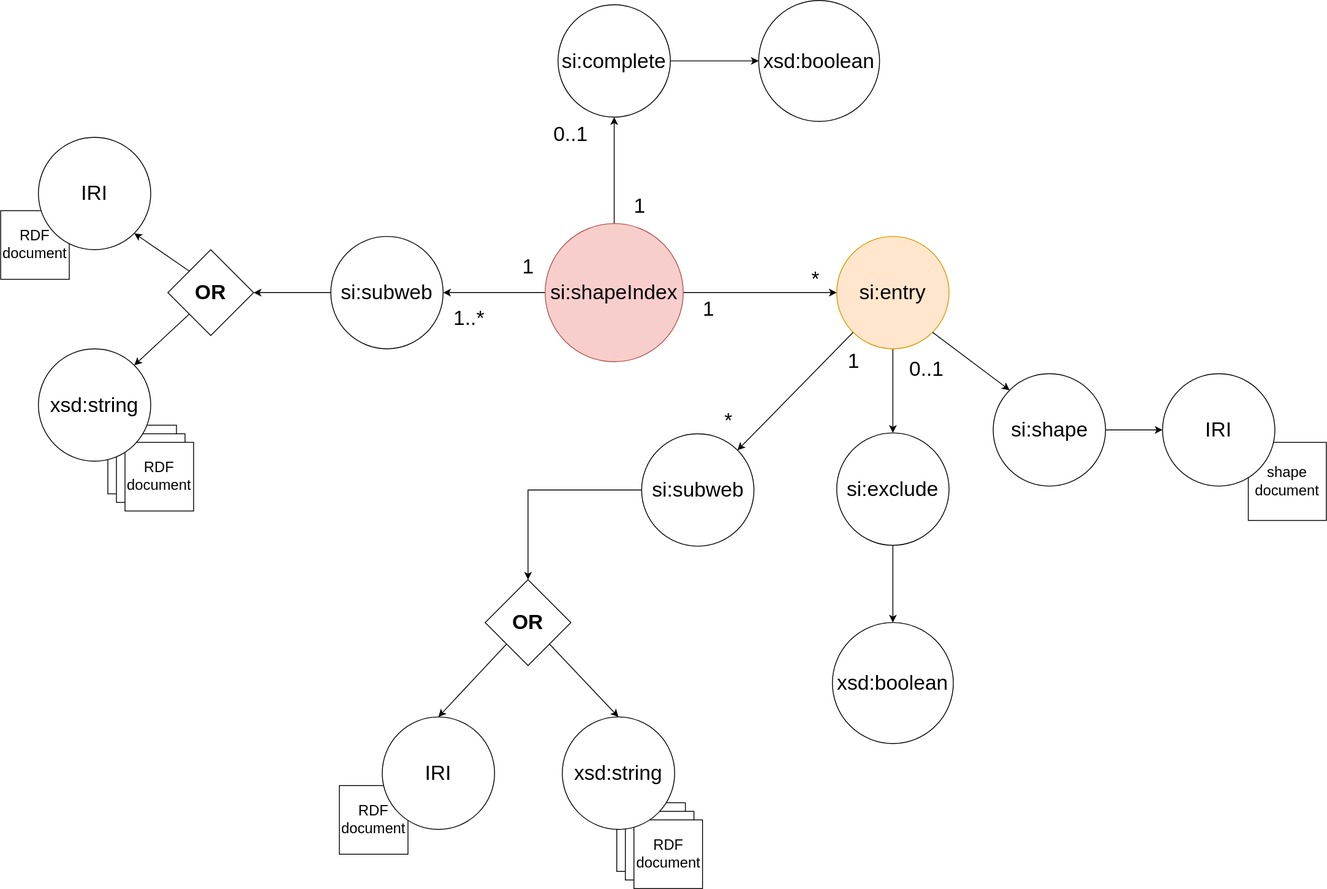
constraintAutomaton/shape-index-specification keeps this draw.io diagram as figure/schema.drawio.svg. Above is the earlier version. Source tidied: cells renumbered, new cells last; positions are measured from the earlier drawing's top-left corner, leaving out a move shared by most shapes.
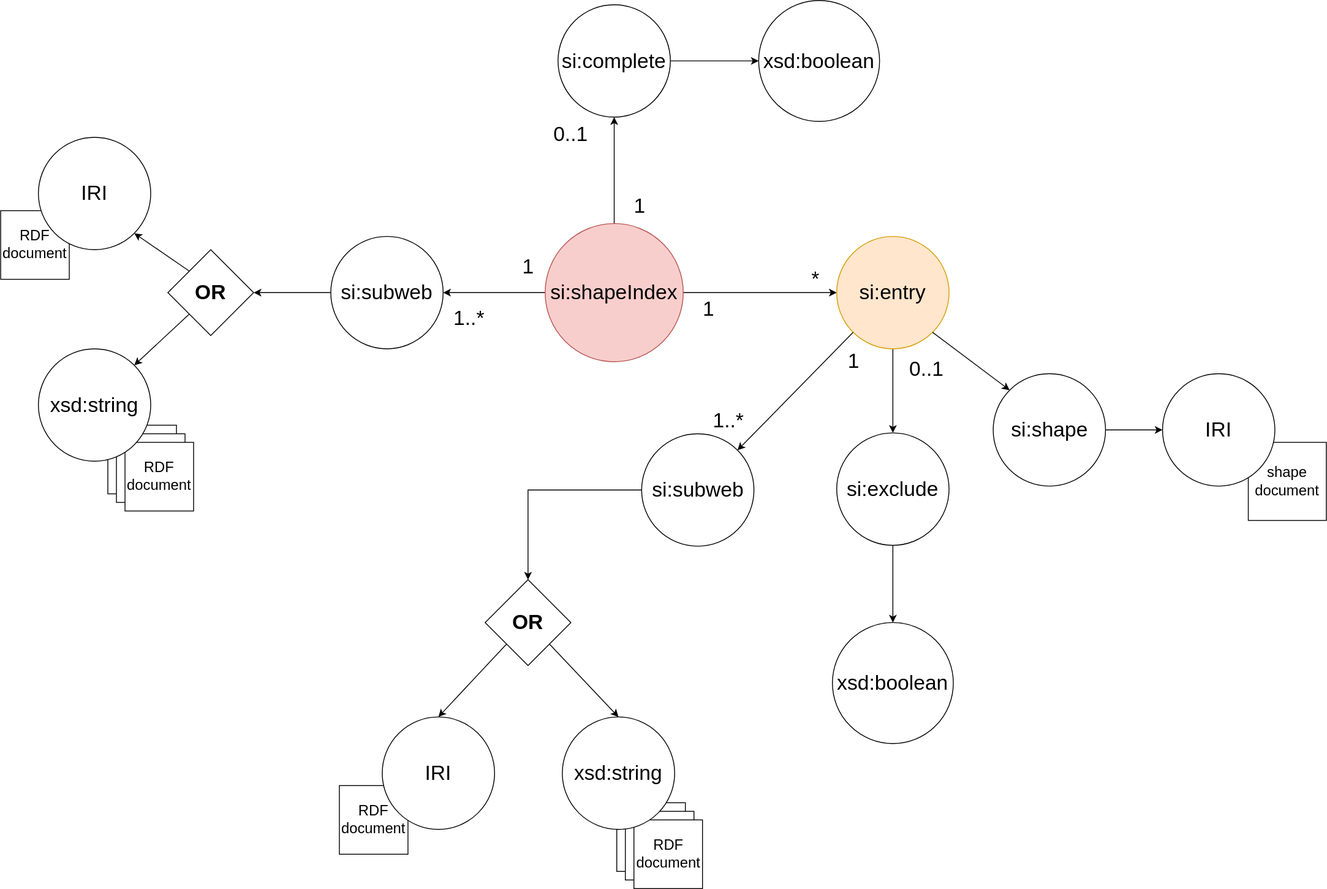
The same file after the commit.

Commit message:
fix the cardinality of the subweb

Diff of the diagram source:
```diff
@@ -38,7 +38,7 @@
     <mxCell id="13" value="*" style="text;html=1;align=center;verticalAlign=middle;strokeColor=none;fillColor=none;fontSize=24;" parent="1" vertex="1">
       <mxGeometry x="935" y="305" width="30" height="40" as="geometry" />
     </mxCell>
-    <mxCell id="14" value="*" style="text;html=1;align=center;verticalAlign=middle;whiteSpace=wrap;rounded=0;fontSize=24;" parent="1" vertex="1">
+    <mxCell id="14" value="1..*" style="text;html=1;align=center;verticalAlign=middle;whiteSpace=wrap;rounded=0;fontSize=24;" parent="1" vertex="1">
       <mxGeometry x="818.5" y="475" width="60" height="30" as="geometry" />
     </mxCell>
     <mxCell id="15" value="1" style="text;html=1;align=center;verticalAlign=middle;whiteSpace=wrap;rounded=0;fontSize=24;" parent="1" vertex="1">
```
